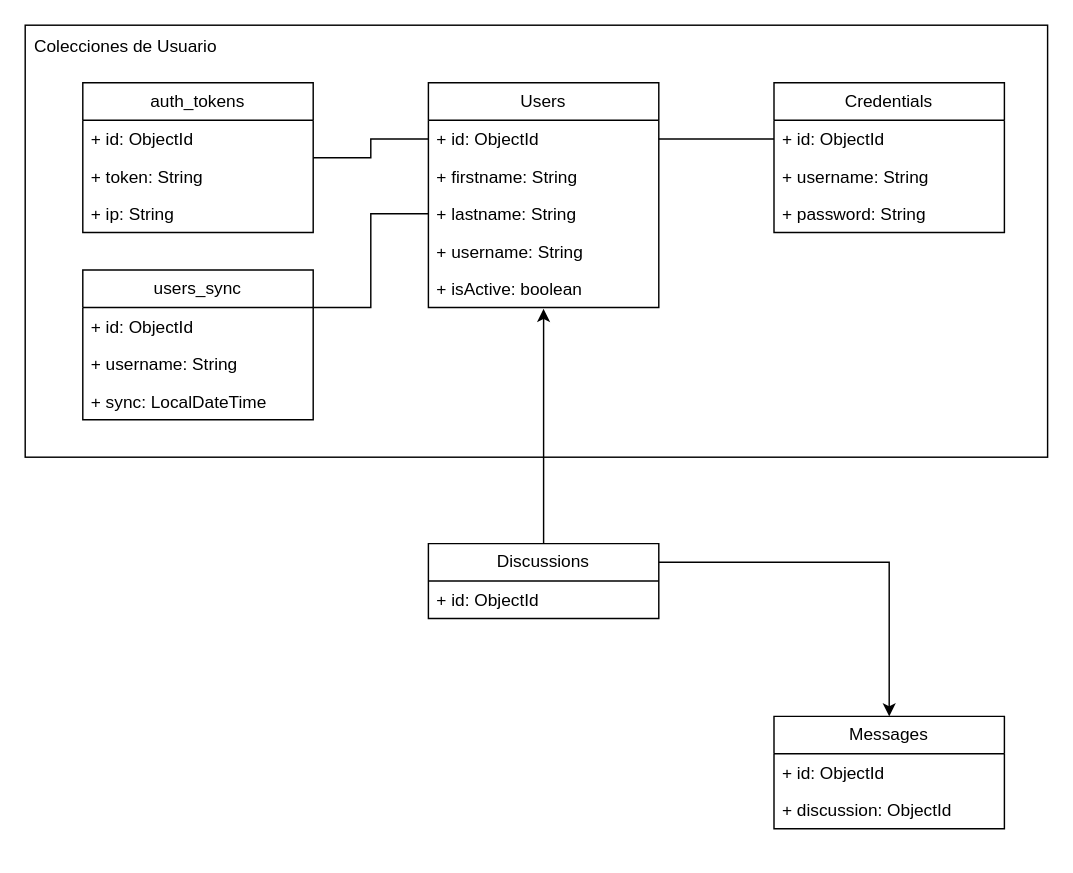
Asierso/arguments keeps this draw.io diagram as Arguments Entidades.drawio. Above is the earlier version. Source tidied: cells renumbered, new cells numbered last; positions are measured from the earlier drawing's top-left corner, leaving out a move shared by most shapes. Both pictures are drawn from the tidied source at 144%, with x=0, y=0 at pixel (24, 24).
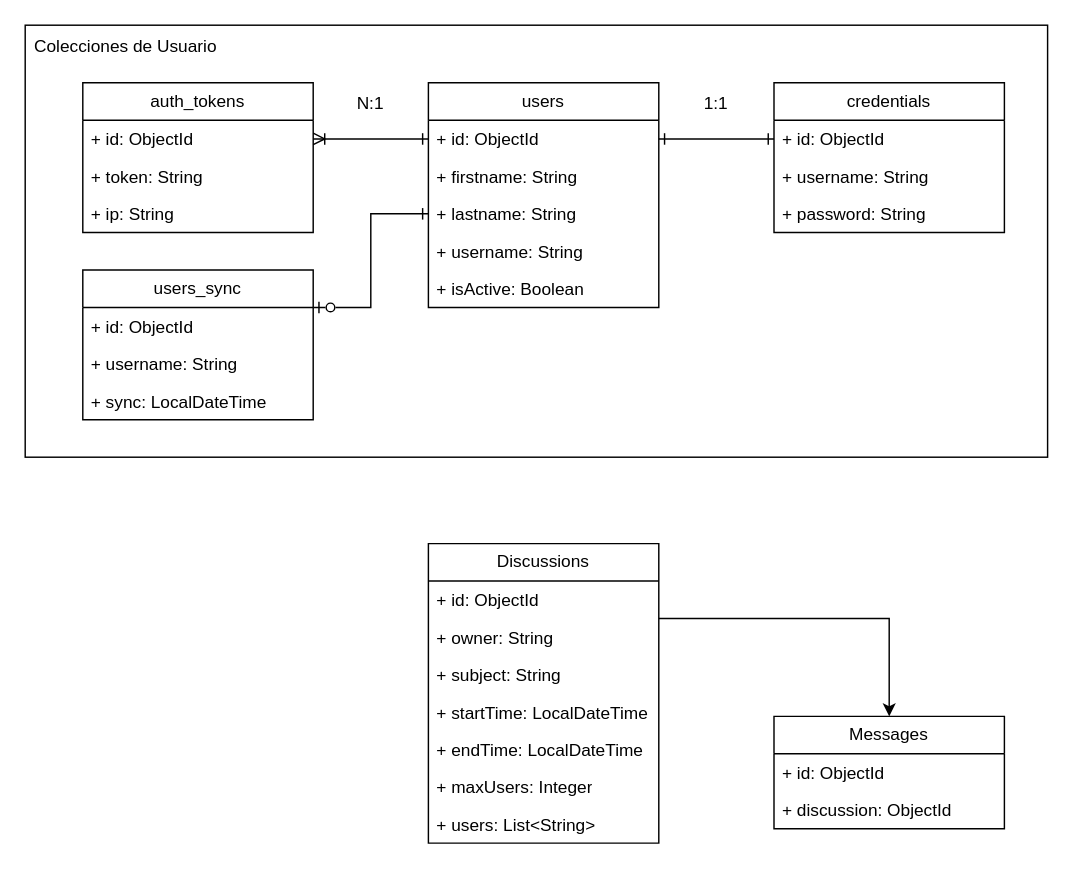
After the change.

Unchanged cells that the change refers to:
```xml
<mxCell id="4" value="+ id: ObjectId" style="text;strokeColor=none;fillColor=none;align=left;verticalAlign=top;spacingLeft=4;spacingRight=4;overflow=hidden;points=[[0,0.5],[1,0.5]];portConstraint=eastwest;whiteSpace=wrap;html=1;" parent="3" vertex="1">
  <mxGeometry y="26" width="160" height="26" as="geometry" />
</mxCell>
<mxCell id="6" value="+ lastname: String" style="text;strokeColor=none;fillColor=none;align=left;verticalAlign=top;spacingLeft=4;spacingRight=4;overflow=hidden;points=[[0,0.5],[1,0.5]];portConstraint=eastwest;whiteSpace=wrap;html=1;" parent="3" vertex="1">
  <mxGeometry y="78" width="160" height="26" as="geometry" />
</mxCell>
<mxCell id="10" value="+ id: ObjectId" style="text;strokeColor=none;fillColor=none;align=left;verticalAlign=top;spacingLeft=4;spacingRight=4;overflow=hidden;points=[[0,0.5],[1,0.5]];portConstraint=eastwest;whiteSpace=wrap;html=1;" parent="9" vertex="1">
  <mxGeometry y="26" width="160" height="26" as="geometry" />
</mxCell>
<mxCell id="20" value="auth_tokens" style="swimlane;fontStyle=0;horizontal=1;startSize=26;fillColor=default;whiteSpace=wrap;html=1;" parent="1" vertex="1">
  <mxGeometry x="40" y="40" width="160" height="104" as="geometry" />
</mxCell>
<mxCell id="21" value="+ id: ObjectId" style="text;strokeColor=none;fillColor=none;align=left;verticalAlign=top;spacingLeft=4;spacingRight=4;overflow=hidden;points=[[0,0.5],[1,0.5]];portConstraint=eastwest;whiteSpace=wrap;html=1;" parent="20" vertex="1">
  <mxGeometry y="26" width="160" height="26" as="geometry" />
</mxCell>
<mxCell id="26" value="users_sync" style="swimlane;fontStyle=0;horizontal=1;startSize=26;fillColor=default;whiteSpace=wrap;html=1;" parent="1" vertex="1">
  <mxGeometry x="40" y="170" width="160" height="104" as="geometry" />
</mxCell>
```

Diff of the diagram source:
```diff
@@
-    <mxCell id="3" value="Users" style="swimlane;fontStyle=0;horizontal=1;startSize=26;fillColor=default;whiteSpace=wrap;html=1;" parent="1" vertex="1">
+    <mxCell id="3" value="users" style="swimlane;fontStyle=0;horizontal=1;startSize=26;fillColor=default;whiteSpace=wrap;html=1;" parent="1" vertex="1">
       <mxGeometry x="280" y="40" width="160" height="156" as="geometry" />
     </mxCell>
@@
-    <mxCell id="8" value="+ isActive: boolean" style="text;strokeColor=none;fillColor=none;align=left;verticalAlign=top;spacingLeft=4;spacingRight=4;overflow=hidden;points=[[0,0.5],[1,0.5]];portConstraint=eastwest;whiteSpace=wrap;html=1;" parent="3" vertex="1">
+    <mxCell id="8" value="+ isActive: Boolean" style="text;strokeColor=none;fillColor=none;align=left;verticalAlign=top;spacingLeft=4;spacingRight=4;overflow=hidden;points=[[0,0.5],[1,0.5]];portConstraint=eastwest;whiteSpace=wrap;html=1;" parent="3" vertex="1">
       <mxGeometry y="130" width="160" height="26" as="geometry" />
     </mxCell>
-    <mxCell id="9" value="Credentials" style="swimlane;fontStyle=0;horizontal=1;startSize=26;fillColor=default;whiteSpace=wrap;html=1;" parent="1" vertex="1">
+    <mxCell id="9" value="credentials" style="swimlane;fontStyle=0;horizontal=1;startSize=26;fillColor=default;whiteSpace=wrap;html=1;" parent="1" vertex="1">
       <mxGeometry x="520" y="40" width="160" height="104" as="geometry" />
     </mxCell>
@@
     <mxCell id="14" value="Discussions" style="swimlane;fontStyle=0;horizontal=1;startSize=26;fillColor=default;whiteSpace=wrap;html=1;" parent="1" vertex="1">
-      <mxGeometry x="280" y="360" width="160" height="52" as="geometry" />
+      <mxGeometry x="280" y="360" width="160" height="208" as="geometry" />
     </mxCell>
@@
+    <mxCell id="33" value="+ owner: String" style="text;strokeColor=none;fillColor=none;align=left;verticalAlign=top;spacingLeft=4;spacingRight=4;overflow=hidden;whiteSpace=wrap;html=1;" parent="14" vertex="1">
+      <mxGeometry y="52" width="160" height="26" as="geometry" />
+    </mxCell>
+    <mxCell id="34" value="+ subject: String" style="text;strokeColor=none;fillColor=none;align=left;verticalAlign=top;spacingLeft=4;spacingRight=4;overflow=hidden;whiteSpace=wrap;html=1;" parent="14" vertex="1">
+      <mxGeometry y="78" width="160" height="26" as="geometry" />
+    </mxCell>
+    <mxCell id="35" value="+ startTime: LocalDateTime" style="text;strokeColor=none;fillColor=none;align=left;verticalAlign=top;spacingLeft=4;spacingRight=4;overflow=hidden;whiteSpace=wrap;html=1;" parent="14" vertex="1">
+      <mxGeometry y="104" width="160" height="26" as="geometry" />
+    </mxCell>
+    <mxCell id="36" value="+ endTime: LocalDateTime" style="text;strokeColor=none;fillColor=none;align=left;verticalAlign=top;spacingLeft=4;spacingRight=4;overflow=hidden;whiteSpace=wrap;html=1;" parent="14" vertex="1">
+      <mxGeometry y="130" width="160" height="26" as="geometry" />
+    </mxCell>
+    <mxCell id="37" value="+ maxUsers: Integer" style="text;strokeColor=none;fillColor=none;align=left;verticalAlign=top;spacingLeft=4;spacingRight=4;overflow=hidden;whiteSpace=wrap;html=1;" parent="14" vertex="1">
+      <mxGeometry y="156" width="160" height="26" as="geometry" />
+    </mxCell>
+    <mxCell id="38" value="+ users: List&amp;lt;String&amp;gt;" style="text;strokeColor=none;fillColor=none;align=left;verticalAlign=top;spacingLeft=4;spacingRight=4;overflow=hidden;whiteSpace=wrap;html=1;" parent="14" vertex="1">
+      <mxGeometry y="182" width="160" height="26" as="geometry" />
+    </mxCell>
@@
-    <mxCell id="24" style="edgeStyle=orthogonalEdgeStyle;rounded=0;jettySize=auto;html=1;exitX=0;exitY=0.5;exitDx=0;exitDy=0;entryX=1;entryY=0.5;entryDx=0;entryDy=0;endArrow=none;startFill=0;" parent="1" edge="1" source="4" target="20">
-      <mxGeometry relative="1" as="geometry" />
-    </mxCell>
-    <mxCell id="25" style="edgeStyle=orthogonalEdgeStyle;rounded=0;jettySize=auto;html=1;exitX=0;exitY=0.5;exitDx=0;exitDy=0;entryX=1;entryY=0.5;entryDx=0;entryDy=0;endArrow=none;startFill=0;" parent="1" edge="1" source="10" target="4">
+    <mxCell id="25" style="edgeStyle=orthogonalEdgeStyle;rounded=0;jettySize=auto;html=1;exitX=0;exitY=0.5;exitDx=0;exitDy=0;entryX=1;entryY=0.5;entryDx=0;entryDy=0;endArrow=ERone;startFill=0;endFill=0;startArrow=ERone;" parent="1" edge="1" source="10" target="4">
       <mxGeometry relative="1" as="geometry" />
     </mxCell>
@@
-    <mxCell id="30" style="edgeStyle=orthogonalEdgeStyle;rounded=0;jettySize=auto;html=1;exitX=0;exitY=0.5;exitDx=0;exitDy=0;entryX=1;entryY=0.25;entryDx=0;entryDy=0;endArrow=none;startFill=0;" parent="1" edge="1" source="6" target="26">
+    <mxCell id="30" style="edgeStyle=orthogonalEdgeStyle;rounded=0;jettySize=auto;html=1;exitX=0;exitY=0.5;exitDx=0;exitDy=0;entryX=1;entryY=0.25;entryDx=0;entryDy=0;endArrow=ERzeroToOne;startFill=0;endFill=0;startArrow=ERone;" parent="1" edge="1" source="6" target="26">
       <mxGeometry relative="1" as="geometry" />
     </mxCell>
-    <mxCell id="31" style="edgeStyle=orthogonalEdgeStyle;rounded=0;jettySize=auto;html=1;exitX=0.5;exitY=0;exitDx=0;exitDy=0;entryX=0.5;entryY=1.038;entryDx=0;entryDy=0;entryPerimeter=0;" parent="1" edge="1" source="14" target="8">
-      <mxGeometry relative="1" as="geometry" />
-    </mxCell>
@@
+    <mxCell id="39" value="1:1" style="text;html=1;align=center;verticalAlign=middle;whiteSpace=wrap;rounded=0;" parent="1" vertex="1">
+      <mxGeometry x="450" y="40" width="60" height="30" as="geometry" />
+    </mxCell>
+    <mxCell id="40" style="edgeStyle=orthogonalEdgeStyle;rounded=0;jettySize=auto;html=1;exitX=0;exitY=0.5;exitDx=0;exitDy=0;entryX=1;entryY=0.5;entryDx=0;entryDy=0;endArrow=ERoneToMany;startFill=0;endFill=0;startArrow=ERone;" parent="1" edge="1" source="4" target="21">
+      <mxGeometry relative="1" as="geometry" />
+    </mxCell>
+    <mxCell id="41" value="N:1" style="text;html=1;align=center;verticalAlign=middle;whiteSpace=wrap;rounded=0;" parent="1" vertex="1">
+      <mxGeometry x="210" y="40" width="60" height="30" as="geometry" />
+    </mxCell>
```
